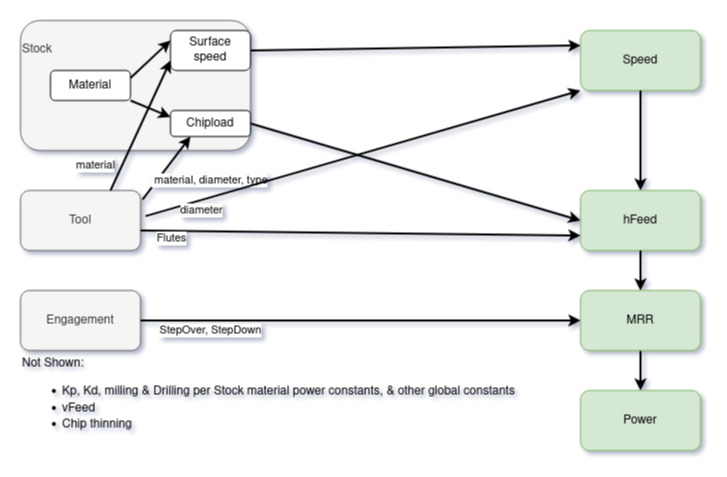
Earlier version of the draw.io export Calculation order summary(internal props).drawio.png (spanner888/misc). Source tidied: cells renumbered, new cells last; positions are measured from the earlier drawing's top-left corner, leaving out a move shared by most shapes.
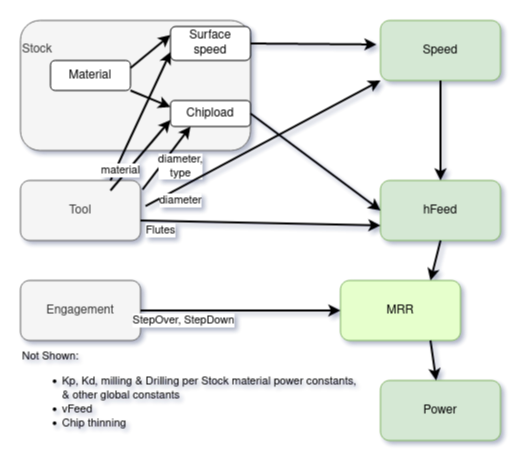
The same diagram one commit later.

Diff of the diagram source:
```diff
@@ -3,13 +3,13 @@
     <mxCell id="0" />
     <mxCell id="1" parent="0" />
     <mxCell id="2" value="&lt;div align=&quot;left&quot;&gt;Stock&lt;/div&gt;&lt;div align=&quot;left&quot;&gt;&lt;br&gt;&lt;/div&gt;&lt;div align=&quot;left&quot;&gt;&lt;br&gt;&lt;/div&gt;&lt;div align=&quot;left&quot;&gt;&lt;br&gt;&lt;/div&gt;&lt;div align=&quot;left&quot;&gt;&lt;br&gt;&lt;/div&gt;&lt;div align=&quot;left&quot;&gt;&lt;br&gt;&lt;/div&gt;" style="rounded=1;whiteSpace=wrap;html=1;fillColor=#f5f5f5;fontColor=#333333;strokeColor=#666666;align=left;" parent="1" vertex="1">
-      <mxGeometry width="230" height="130" as="geometry" />
+      <mxGeometry y="10" width="230" height="130" as="geometry" />
     </mxCell>
     <mxCell id="3" value="&lt;div&gt;Surface&lt;/div&gt;&lt;div&gt;speed&lt;br&gt;&lt;/div&gt;" style="rounded=1;whiteSpace=wrap;html=1;" parent="1" vertex="1">
-      <mxGeometry x="150" y="10" width="80" height="40" as="geometry" />
+      <mxGeometry x="150" y="16" width="80" height="34" as="geometry" />
     </mxCell>
     <mxCell id="4" value="Speed" style="rounded=1;whiteSpace=wrap;html=1;fillColor=#d5e8d4;strokeColor=#82b366;" parent="1" vertex="1">
-      <mxGeometry x="560" y="10" width="120" height="60" as="geometry" />
+      <mxGeometry x="360" y="10" width="120" height="60" as="geometry" />
     </mxCell>
     <mxCell id="5" value="Tool" style="rounded=1;whiteSpace=wrap;html=1;fillColor=#f5f5f5;fontColor=#333333;strokeColor=#666666;" parent="1" vertex="1">
       <mxGeometry y="170" width="120" height="60" as="geometry" />
@@ -18,49 +18,48 @@
       <mxGeometry x="150" y="90" width="80" height="26" as="geometry" />
     </mxCell>
     <mxCell id="7" value="hFeed" style="rounded=1;whiteSpace=wrap;html=1;fillColor=#d5e8d4;strokeColor=#82b366;" parent="1" vertex="1">
-      <mxGeometry x="560" y="170" width="120" height="60" as="geometry" />
+      <mxGeometry x="360" y="170" width="120" height="60" as="geometry" />
     </mxCell>
     <mxCell id="8" value="Engagement" style="rounded=1;whiteSpace=wrap;html=1;fillColor=#f5f5f5;fontColor=#333333;strokeColor=#666666;" parent="1" vertex="1">
       <mxGeometry y="270" width="120" height="60" as="geometry" />
     </mxCell>
     <mxCell id="9" value="Power" style="rounded=1;whiteSpace=wrap;html=1;fillColor=#d5e8d4;strokeColor=#82b366;" parent="1" vertex="1">
-      <mxGeometry x="560" y="370" width="120" height="60" as="geometry" />
+      <mxGeometry x="360" y="370" width="120" height="60" as="geometry" />
     </mxCell>
-    <mxCell id="10" style="edgeStyle=orthogonalEdgeStyle;rounded=0;jettySize=auto;html=1;strokeWidth=2;" parent="1" edge="1" source="11" target="9">
-      <mxGeometry relative="1" as="geometry" />
-    </mxCell>
-    <mxCell id="11" value="MRR" style="rounded=1;whiteSpace=wrap;html=1;fillColor=#d5e8d4;strokeColor=#82b366;" parent="1" vertex="1">
-      <mxGeometry x="560" y="270" width="120" height="60" as="geometry" />
+    <mxCell id="11" value="MRR" style="rounded=1;whiteSpace=wrap;html=1;fillColor=#E6FFCC;strokeColor=#82b366;" parent="1" vertex="1">
+      <mxGeometry x="320" y="270" width="120" height="60" as="geometry" />
     </mxCell>
     <mxCell id="12" value="StepOver, StepDown" style="endArrow=classic;html=1;rounded=0;exitX=1;exitY=0.5;exitDx=0;exitDy=0;entryX=0;entryY=0.5;entryDx=0;entryDy=0;strokeWidth=2;" parent="1" edge="1" source="8" target="11">
-      <mxGeometry x="-0.68" y="-10" relative="1" as="geometry" />
+      <mxGeometry x="-0.57" y="-10" relative="1" as="geometry" />
     </mxCell>
-    <mxCell id="13" value="&amp;nbsp;material, diameter, type" style="endArrow=classic;html=1;rounded=0;strokeWidth=2;exitX=1.017;exitY=0.153;exitDx=0;exitDy=0;exitPerimeter=0;entryX=0.25;entryY=1;entryDx=0;entryDy=0;" parent="1" edge="1" source="5" target="6">
-      <mxGeometry x="0.41" y="-42" relative="1" as="geometry" />
+    <mxCell id="13" value="&lt;div&gt;diameter,&lt;/div&gt;&lt;div&gt;type&lt;/div&gt;" style="endArrow=classic;html=1;rounded=0;strokeWidth=2;exitX=1.017;exitY=0.153;exitDx=0;exitDy=0;exitPerimeter=0;entryX=0.25;entryY=1;entryDx=0;entryDy=0;" parent="1" edge="1" source="5" target="6">
+      <mxGeometry x="0.03" y="-16" relative="1" as="geometry" />
     </mxCell>
+    <mxCell id="15" style="endArrow=classic;html=1;rounded=0;entryX=-0.033;entryY=0.4;entryDx=0;entryDy=0;strokeWidth=2;exitX=1;exitY=0.5;exitDx=0;exitDy=0;entryPerimeter=0;" parent="1" edge="1" source="3" target="4">
+      <mxGeometry relative="1" as="geometry" />
+    </mxCell>
-    <mxCell id="14" value="material" style="endArrow=classic;html=1;rounded=0;exitX=0.75;exitY=0;exitDx=0;exitDy=0;strokeWidth=2;entryX=0;entryY=0.75;entryDx=0;entryDy=0;" parent="1" edge="1" source="5" target="3">
-      <mxGeometry x="-0.76" y="24" relative="1" as="geometry" />
+    <mxCell id="14" style="endArrow=classic;html=1;rounded=0;exitX=0.75;exitY=0;exitDx=0;exitDy=0;strokeWidth=2;entryX=0;entryY=0.75;entryDx=0;entryDy=0;" parent="1" edge="1" source="5" target="3">
+      <mxGeometry x="-0.7" y="-1" relative="1" as="geometry" />
     </mxCell>
-    <mxCell id="15" style="endArrow=classic;html=1;rounded=0;entryX=0;entryY=0.25;entryDx=0;entryDy=0;strokeWidth=2;exitX=1;exitY=0.5;exitDx=0;exitDy=0;" parent="1" edge="1" source="3" target="4">
-      <mxGeometry relative="1" as="geometry" />
-    </mxCell>
     <mxCell id="16" style="endArrow=classic;html=1;rounded=0;exitX=1;exitY=0.5;exitDx=0;exitDy=0;entryX=0;entryY=0.5;entryDx=0;entryDy=0;strokeWidth=2;" parent="1" edge="1" source="6" target="7">
       <mxGeometry relative="1" as="geometry" />
     </mxCell>
     <mxCell id="17" style="endArrow=classic;html=1;rounded=0;entryX=0.5;entryY=0;entryDx=0;entryDy=0;exitX=0.5;exitY=1;exitDx=0;exitDy=0;strokeWidth=2;" parent="1" edge="1" source="4" target="7">
       <mxGeometry relative="1" as="geometry" />
     </mxCell>
-    <mxCell id="18" style="endArrow=classic;html=1;rounded=0;entryX=0.5;entryY=0;entryDx=0;entryDy=0;exitX=0.5;exitY=1;exitDx=0;exitDy=0;strokeWidth=2;" parent="1" edge="1" source="7" target="11">
+    <mxCell id="18" style="endArrow=classic;html=1;rounded=0;entryX=0.75;entryY=0;entryDx=0;entryDy=0;exitX=0.5;exitY=1;exitDx=0;exitDy=0;strokeWidth=2;" parent="1" edge="1" source="7" target="11">
       <mxGeometry relative="1" as="geometry" />
     </mxCell>
     <mxCell id="19" value="Flutes" style="endArrow=classic;html=1;rounded=0;entryX=0;entryY=0.75;entryDx=0;entryDy=0;strokeWidth=2;exitX=1;exitY=0.667;exitDx=0;exitDy=0;exitPerimeter=0;" parent="1" edge="1" source="5" target="7">
-      <mxGeometry x="-0.86" y="-8" relative="1" as="geometry" />
+      <mxGeometry x="-0.83" y="-10" relative="1" as="geometry" />
     </mxCell>
     <mxCell id="20" value="diameter" style="endArrow=classic;html=1;rounded=0;entryX=0;entryY=1;entryDx=0;entryDy=0;exitX=1.042;exitY=0.427;exitDx=0;exitDy=0;strokeWidth=2;exitPerimeter=0;" parent="1" edge="1" source="5" target="4">
-      <mxGeometry x="-0.76" y="-10" relative="1" as="geometry" />
+      <mxGeometry x="-0.75" y="-12" relative="1" as="geometry">
+        <mxPoint y="-1" as="offset" />
+      </mxGeometry>
     </mxCell>
-    <mxCell id="21" value="&lt;div align=&quot;left&quot;&gt;Not Shown: &lt;br&gt;&lt;/div&gt;&lt;ul&gt;&lt;li&gt;Kp, Kd, milling &amp;amp; Drilling per Stock material power constants, &amp;amp; other global constants &lt;/li&gt;&lt;li&gt;vFeed&lt;/li&gt;&lt;li&gt;Chip thinning&lt;br&gt;&lt;/li&gt;&lt;/ul&gt;" style="text;html=1;strokeColor=none;fillColor=none;align=left;verticalAlign=middle;whiteSpace=wrap;rounded=0;" parent="1" vertex="1">
-      <mxGeometry y="330" width="540" height="100" as="geometry" />
+    <mxCell id="21" value="&lt;div style=&quot;font-size: 11px;&quot; align=&quot;left&quot;&gt;Not Shown: &lt;br style=&quot;font-size: 11px;&quot;&gt;&lt;/div&gt;&lt;ul style=&quot;font-size: 11px;&quot;&gt;&lt;li style=&quot;font-size: 11px;&quot;&gt;Kp, Kd, milling &amp;amp; Drilling per Stock material power constants, &lt;br style=&quot;font-size: 11px;&quot;&gt;&amp;amp; other global constants &lt;/li&gt;&lt;li style=&quot;font-size: 11px;&quot;&gt;vFeed&lt;/li&gt;&lt;li style=&quot;font-size: 11px;&quot;&gt;Chip thinning&lt;br style=&quot;font-size: 11px;&quot;&gt;&lt;/li&gt;&lt;/ul&gt;" style="text;html=1;strokeColor=none;fillColor=none;align=left;verticalAlign=middle;whiteSpace=wrap;rounded=0;fontSize=11;" parent="1" vertex="1">
+      <mxGeometry y="340" width="340" height="90" as="geometry" />
     </mxCell>
     <mxCell id="22" value="Material" style="rounded=1;whiteSpace=wrap;html=1;" parent="1" vertex="1">
       <mxGeometry x="30" y="50" width="80" height="30" as="geometry" />
@@ -71,5 +70,13 @@
     <mxCell id="24" style="endArrow=classic;html=1;rounded=0;strokeWidth=2;entryX=0;entryY=0.25;entryDx=0;entryDy=0;exitX=1;exitY=0.25;exitDx=0;exitDy=0;" parent="1" edge="1" source="22" target="3">
       <mxGeometry relative="1" as="geometry" />
     </mxCell>
+    <mxCell id="25" value="material" style="endArrow=classic;html=1;rounded=0;strokeWidth=2;entryX=0;entryY=0.75;entryDx=0;entryDy=0;" parent="1" edge="1" target="6">
+      <mxGeometry x="-0.53" y="5" relative="1" as="geometry">
+        <mxPoint x="90" y="180" as="sourcePoint" />
+      </mxGeometry>
+    </mxCell>
+    <mxCell id="10" style="endArrow=classic;html=1;rounded=0;fontSize=11;strokeWidth=2;exitX=0.75;exitY=1;exitDx=0;exitDy=0;" parent="1" edge="1" source="11" target="9">
+      <mxGeometry relative="1" as="geometry" />
+    </mxCell>
   </root>
 </mxGraphModel>
```
